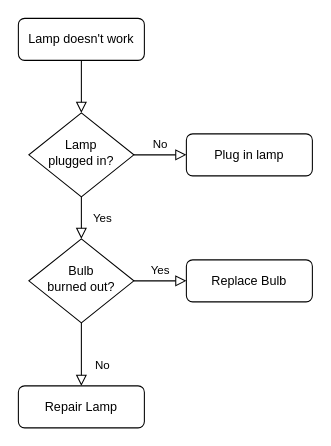
This is Trade Flow.drawio from kimdongjang/simulate_invest, a draw.io file, before an edit. Source tidied: cells renumbered, new cells numbered last; positions are measured from the earlier drawing's top-left corner, leaving out a move shared by most shapes. Both pictures are drawn from the tidied source at 105%, with x=0, y=0 at pixel (18, 18).
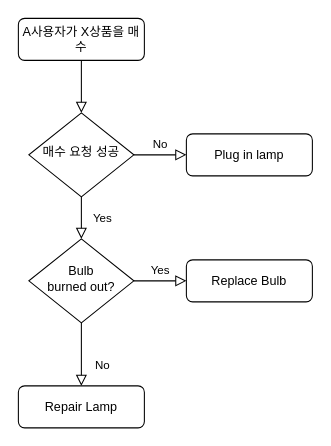
The same page after the edit.

What changed in the source:
```diff
@@
 <mxGraphModel>
   <root>
     <mxCell id="0" />
     <mxCell id="1" parent="0" />
     <mxCell id="2" style="rounded=0;html=1;jettySize=auto;fontSize=11;endArrow=block;endFill=0;endSize=8;strokeWidth=1;shadow=0;labelBackgroundColor=none;edgeStyle=orthogonalEdgeStyle;" parent="1" edge="1" source="3" target="6">
       <mxGeometry relative="1" as="geometry" />
     </mxCell>
-    <mxCell id="3" value="Lamp doesn't work" style="rounded=1;whiteSpace=wrap;html=1;fontSize=12;glass=0;strokeWidth=1;shadow=0;" parent="1" vertex="1">
+    <mxCell id="3" value="A사용자가 X상품을 매수" style="rounded=1;whiteSpace=wrap;html=1;fontSize=12;glass=0;strokeWidth=1;shadow=0;" parent="1" vertex="1">
       <mxGeometry width="120" height="40" as="geometry" />
     </mxCell>
     <mxCell id="4" value="Yes" style="rounded=0;html=1;jettySize=auto;fontSize=11;endArrow=block;endFill=0;endSize=8;strokeWidth=1;shadow=0;labelBackgroundColor=none;edgeStyle=orthogonalEdgeStyle;" parent="1" edge="1" source="6" target="10">
       <mxGeometry y="20" relative="1" as="geometry" />
     </mxCell>
     <mxCell id="5" value="No" style="edgeStyle=orthogonalEdgeStyle;rounded=0;html=1;jettySize=auto;fontSize=11;endArrow=block;endFill=0;endSize=8;strokeWidth=1;shadow=0;labelBackgroundColor=none;" parent="1" edge="1" source="6" target="7">
       <mxGeometry y="10" relative="1" as="geometry" />
     </mxCell>
-    <mxCell id="6" value="Lamp&lt;br&gt;plugged in?" style="rhombus;whiteSpace=wrap;html=1;shadow=0;fontFamily=Helvetica;fontSize=12;align=center;strokeWidth=1;spacing=6;spacingTop=-4;" parent="1" vertex="1">
+    <mxCell id="6" value="매수 요청 성공" style="rhombus;whiteSpace=wrap;html=1;shadow=0;fontFamily=Helvetica;fontSize=12;align=center;strokeWidth=1;spacing=6;spacingTop=-4;" parent="1" vertex="1">
       <mxGeometry x="10" y="90" width="100" height="80" as="geometry" />
     </mxCell>
     <mxCell id="7" value="Plug in lamp" style="rounded=1;whiteSpace=wrap;html=1;fontSize=12;glass=0;strokeWidth=1;shadow=0;" parent="1" vertex="1">
       <mxGeometry x="160" y="110" width="120" height="40" as="geometry" />
     </mxCell>
     <mxCell id="8" value="No" style="rounded=0;html=1;jettySize=auto;fontSize=11;endArrow=block;endFill=0;endSize=8;strokeWidth=1;shadow=0;labelBackgroundColor=none;edgeStyle=orthogonalEdgeStyle;" parent="1" edge="1" source="10" target="11">
       <mxGeometry x="0.33" y="20" relative="1" as="geometry" />
     </mxCell>
     <mxCell id="9" value="Yes" style="edgeStyle=orthogonalEdgeStyle;rounded=0;html=1;jettySize=auto;fontSize=11;endArrow=block;endFill=0;endSize=8;strokeWidth=1;shadow=0;labelBackgroundColor=none;" parent="1" edge="1" source="10" target="12">
       <mxGeometry y="10" relative="1" as="geometry" />
     </mxCell>
     <mxCell id="10" value="Bulb&lt;br&gt;burned out?" style="rhombus;whiteSpace=wrap;html=1;shadow=0;fontFamily=Helvetica;fontSize=12;align=center;strokeWidth=1;spacing=6;spacingTop=-4;" parent="1" vertex="1">
       <mxGeometry x="10" y="210" width="100" height="80" as="geometry" />
     </mxCell>
     <mxCell id="11" value="Repair Lamp" style="rounded=1;whiteSpace=wrap;html=1;fontSize=12;glass=0;strokeWidth=1;shadow=0;" parent="1" vertex="1">
       <mxGeometry y="350" width="120" height="40" as="geometry" />
     </mxCell>
     <mxCell id="12" value="Replace Bulb" style="rounded=1;whiteSpace=wrap;html=1;fontSize=12;glass=0;strokeWidth=1;shadow=0;" parent="1" vertex="1">
       <mxGeometry x="160" y="230" width="120" height="40" as="geometry" />
     </mxCell>
   </root>
 </mxGraphModel>
```
